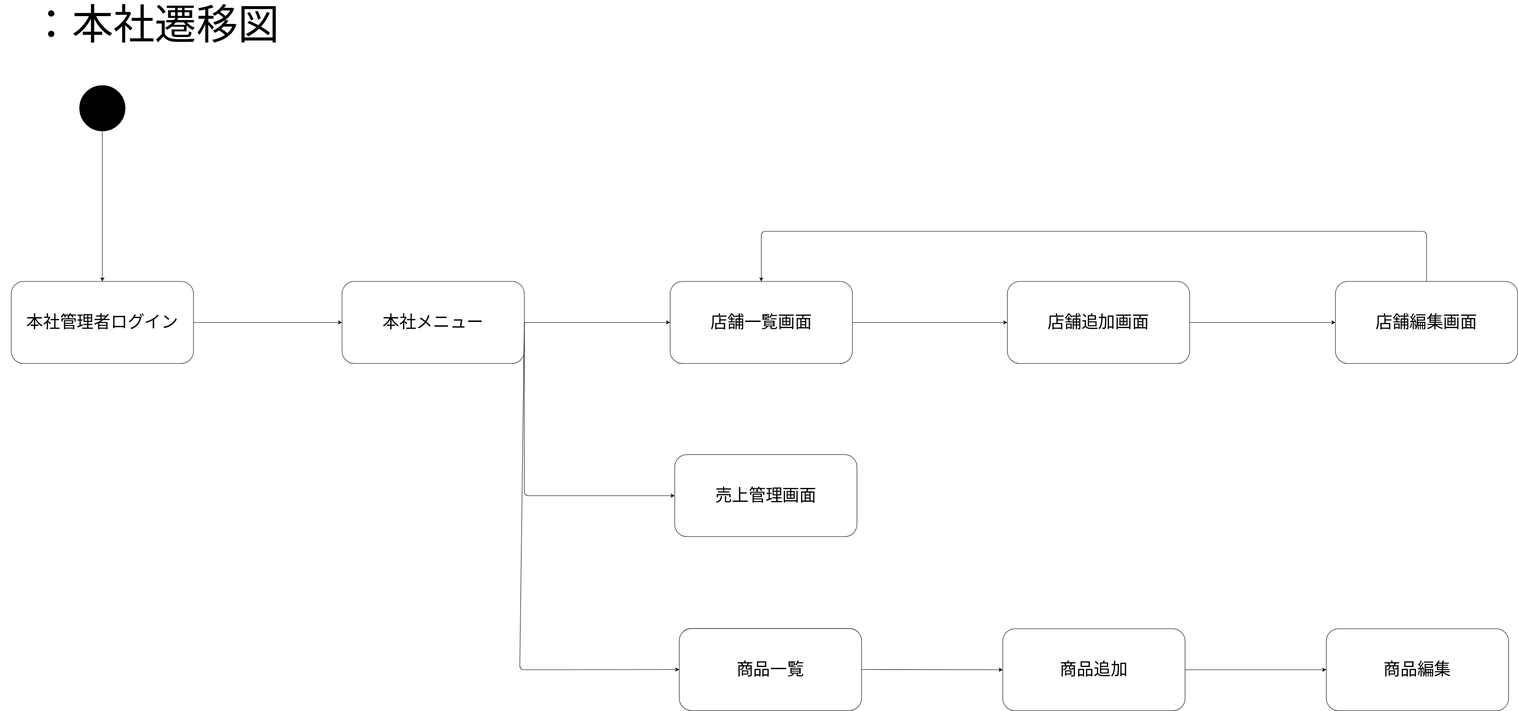
The draw.io diagram 画面遷移図3.drawio.svg in youryota/sample, before a commit. Source tidied: cells renumbered, new cells last; positions are measured from the earlier drawing's top-left corner, leaving out a move shared by most shapes.
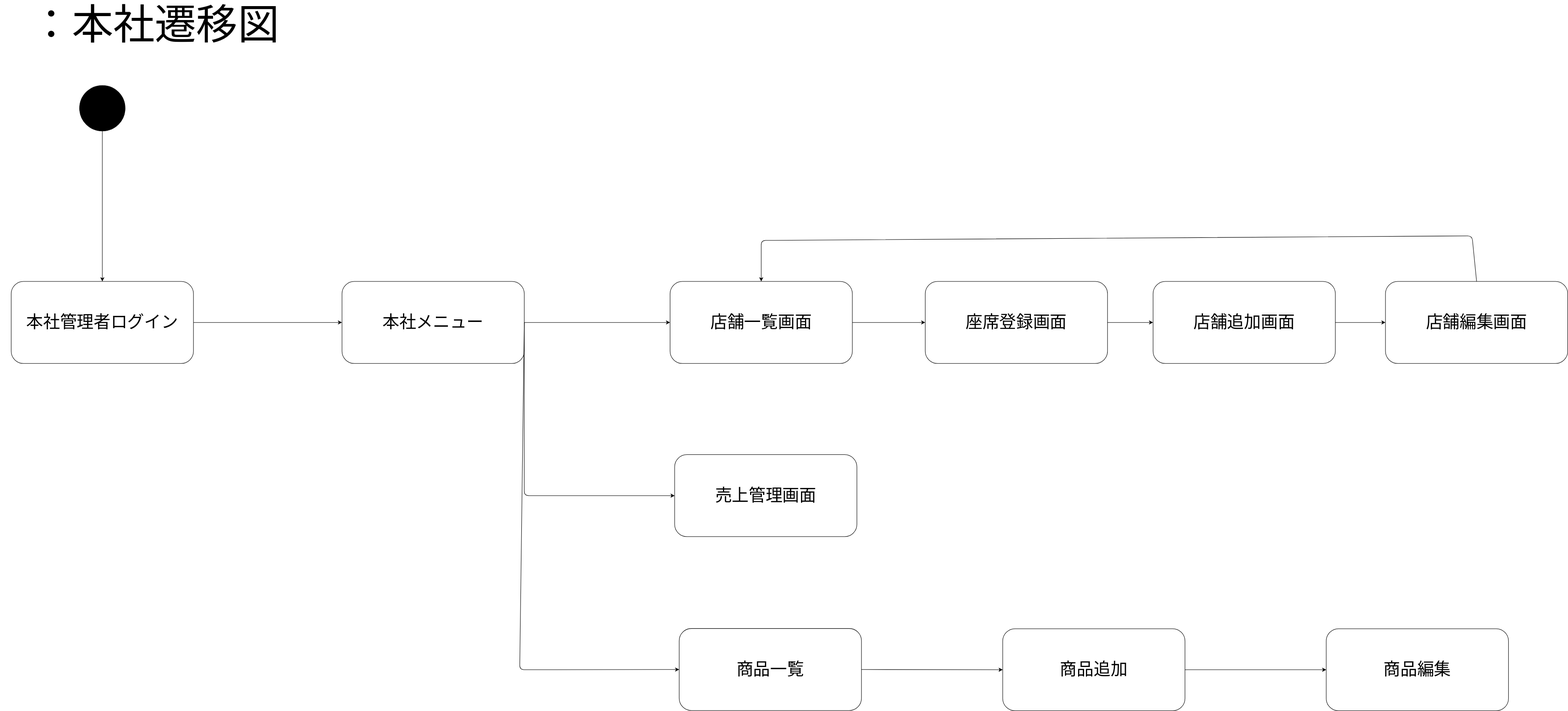
The same file after the commit.

Change to the diagram source:
```diff
@@ -15,10 +15,10 @@
       <mxGeometry x="1470" y="590" width="400" height="180" as="geometry" />
     </mxCell>
     <mxCell id="6" value="&lt;span style=&quot;font-size: 37px;&quot;&gt;店舗追加画面&lt;/span&gt;" style="rounded=1;whiteSpace=wrap;html=1;fontSize=27;fillColor=#FFFFFF;" parent="1" vertex="1">
-      <mxGeometry x="2210" y="590" width="400" height="180" as="geometry" />
+      <mxGeometry x="2530" y="590" width="400" height="180" as="geometry" />
     </mxCell>
     <mxCell id="7" value="&lt;span style=&quot;font-size: 37px;&quot;&gt;店舗編集画面&lt;/span&gt;" style="rounded=1;whiteSpace=wrap;html=1;fontSize=27;fillColor=#FFFFFF;" parent="1" vertex="1">
-      <mxGeometry x="2930" y="590" width="400" height="180" as="geometry" />
+      <mxGeometry x="3040" y="590" width="400" height="180" as="geometry" />
     </mxCell>
     <mxCell id="8" value="：本社遷移図" style="text;html=1;align=center;verticalAlign=middle;whiteSpace=wrap;rounded=0;fontSize=91;" parent="1" vertex="1">
       <mxGeometry width="679" height="55" as="geometry" />
@@ -42,7 +42,7 @@
         </Array>
       </mxGeometry>
     </mxCell>
-    <mxCell id="14" style="endArrow=classic;html=1;exitX=1;exitY=0.5;exitDx=0;exitDy=0;entryX=0;entryY=0.5;entryDx=0;entryDy=0;" parent="1" edge="1" source="5" target="6">
+    <mxCell id="14" style="endArrow=classic;html=1;exitX=1;exitY=0.5;exitDx=0;exitDy=0;entryX=0;entryY=0.5;entryDx=0;entryDy=0;" parent="1" edge="1" source="5" target="23">
       <mxGeometry relative="1" as="geometry" />
     </mxCell>
     <mxCell id="15" style="endArrow=classic;html=1;entryX=0;entryY=0.5;entryDx=0;entryDy=0;exitX=1;exitY=0.5;exitDx=0;exitDy=0;" parent="1" edge="1" source="6" target="7">
@@ -68,8 +68,8 @@
     <mxCell id="20" style="endArrow=classic;html=1;exitX=0.5;exitY=0;exitDx=0;exitDy=0;entryX=0.5;entryY=0;entryDx=0;entryDy=0;" parent="1" edge="1" source="7" target="5">
       <mxGeometry relative="1" as="geometry">
         <Array as="points">
-          <mxPoint x="3130" y="480" />
-          <mxPoint x="1670" y="480" />
+          <mxPoint x="3230" y="490" />
+          <mxPoint x="1670" y="500" />
         </Array>
       </mxGeometry>
     </mxCell>
@@ -79,5 +79,11 @@
     <mxCell id="22" style="endArrow=classic;html=1;entryX=0;entryY=0.5;entryDx=0;entryDy=0;exitX=1;exitY=0.5;exitDx=0;exitDy=0;" parent="1" edge="1" source="21" target="17">
       <mxGeometry relative="1" as="geometry" />
     </mxCell>
+    <mxCell id="23" value="&lt;span style=&quot;font-size: 37px;&quot;&gt;座席登録画面&lt;/span&gt;" style="rounded=1;whiteSpace=wrap;html=1;fontSize=27;fillColor=#FFFFFF;" parent="1" vertex="1">
+      <mxGeometry x="2030" y="590" width="400" height="180" as="geometry" />
+    </mxCell>
+    <mxCell id="24" style="endArrow=classic;html=1;exitX=1;exitY=0.5;exitDx=0;exitDy=0;" parent="1" edge="1" source="23" target="6">
+      <mxGeometry relative="1" as="geometry" />
+    </mxCell>
   </root>
 </mxGraphModel>
```
